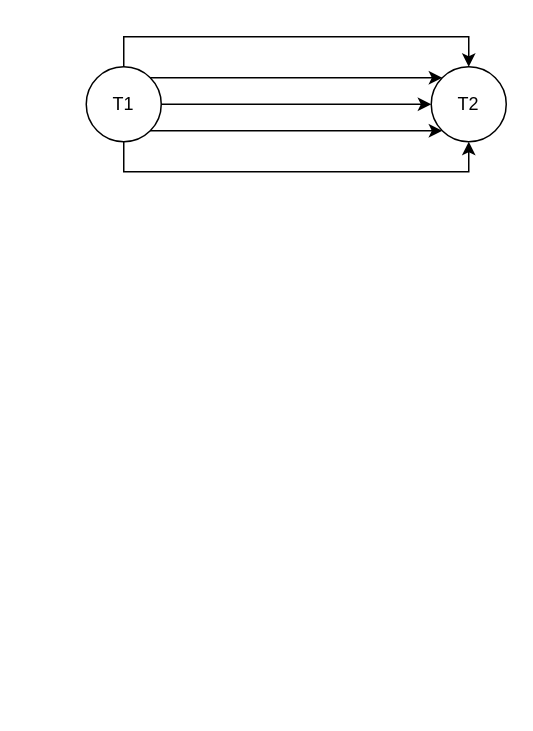
Before: CptS_451/ConflictSerialization_PG.drawio in aaronmhowe/diagrams, a draw.io diagram. Source tidied: cells renumbered, new cells numbered last; positions are measured from the earlier drawing's top-left corner, leaving out a move shared by most shapes. Both pictures are drawn from the tidied source at 150%, with x=0, y=0 at pixel (86, 66).
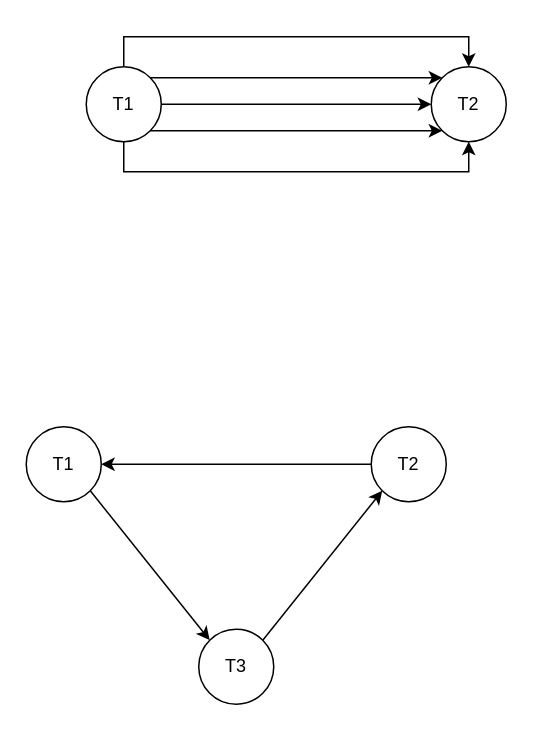
Above is the later version.

Change to the diagram source:
```diff
@@
 <mxGraphModel>
   <root>
     <mxCell id="0" />
     <mxCell id="1" parent="0" />
     <mxCell id="2" style="edgeStyle=orthogonalEdgeStyle;rounded=0;jettySize=auto;html=1;exitX=0.5;exitY=1;exitDx=0;exitDy=0;entryX=0.5;entryY=1;entryDx=0;entryDy=0;" parent="1" edge="1" source="7" target="8">
       <mxGeometry relative="1" as="geometry" />
     </mxCell>
     <mxCell id="3" style="edgeStyle=orthogonalEdgeStyle;rounded=0;jettySize=auto;html=1;exitX=1;exitY=1;exitDx=0;exitDy=0;entryX=0;entryY=1;entryDx=0;entryDy=0;" parent="1" edge="1" source="7" target="8">
       <mxGeometry relative="1" as="geometry" />
     </mxCell>
     <mxCell id="4" style="edgeStyle=orthogonalEdgeStyle;rounded=0;jettySize=auto;html=1;exitX=1;exitY=0.5;exitDx=0;exitDy=0;entryX=0;entryY=0.5;entryDx=0;entryDy=0;" parent="1" edge="1" source="7" target="8">
       <mxGeometry relative="1" as="geometry" />
     </mxCell>
     <mxCell id="5" style="edgeStyle=orthogonalEdgeStyle;rounded=0;jettySize=auto;html=1;exitX=1;exitY=0;exitDx=0;exitDy=0;entryX=0;entryY=0;entryDx=0;entryDy=0;" parent="1" edge="1" source="7" target="8">
       <mxGeometry relative="1" as="geometry" />
     </mxCell>
     <mxCell id="6" style="edgeStyle=orthogonalEdgeStyle;rounded=0;jettySize=auto;html=1;exitX=0.5;exitY=0;exitDx=0;exitDy=0;entryX=0.5;entryY=0;entryDx=0;entryDy=0;" parent="1" edge="1" source="7" target="8">
       <mxGeometry relative="1" as="geometry" />
     </mxCell>
     <mxCell id="7" value="T1" style="ellipse;whiteSpace=wrap;html=1;" parent="1" vertex="1">
       <mxGeometry width="50" height="50" as="geometry" />
     </mxCell>
     <mxCell id="8" value="T2" style="ellipse;whiteSpace=wrap;html=1;" parent="1" vertex="1">
       <mxGeometry x="230" width="50" height="50" as="geometry" />
     </mxCell>
+    <mxCell id="9" style="rounded=0;jettySize=auto;html=1;exitX=1;exitY=1;exitDx=0;exitDy=0;entryX=0;entryY=0;entryDx=0;entryDy=0;" parent="1" edge="1" source="10" target="14">
+      <mxGeometry relative="1" as="geometry" />
+    </mxCell>
+    <mxCell id="10" value="T1" style="ellipse;whiteSpace=wrap;html=1;" parent="1" vertex="1">
+      <mxGeometry x="-40" y="240" width="50" height="50" as="geometry" />
+    </mxCell>
+    <mxCell id="11" style="edgeStyle=orthogonalEdgeStyle;rounded=0;jettySize=auto;html=1;exitX=0;exitY=0.5;exitDx=0;exitDy=0;entryX=1;entryY=0.5;entryDx=0;entryDy=0;" parent="1" edge="1" source="12" target="10">
+      <mxGeometry relative="1" as="geometry" />
+    </mxCell>
+    <mxCell id="12" value="T2" style="ellipse;whiteSpace=wrap;html=1;" parent="1" vertex="1">
+      <mxGeometry x="190" y="240" width="50" height="50" as="geometry" />
+    </mxCell>
+    <mxCell id="13" style="rounded=0;jettySize=auto;html=1;exitX=1;exitY=0;exitDx=0;exitDy=0;entryX=0;entryY=1;entryDx=0;entryDy=0;" parent="1" edge="1" source="14" target="12">
+      <mxGeometry relative="1" as="geometry" />
+    </mxCell>
+    <mxCell id="14" value="T3" style="ellipse;whiteSpace=wrap;html=1;" parent="1" vertex="1">
+      <mxGeometry x="75" y="375" width="50" height="50" as="geometry" />
+    </mxCell>
   </root>
 </mxGraphModel>
```
